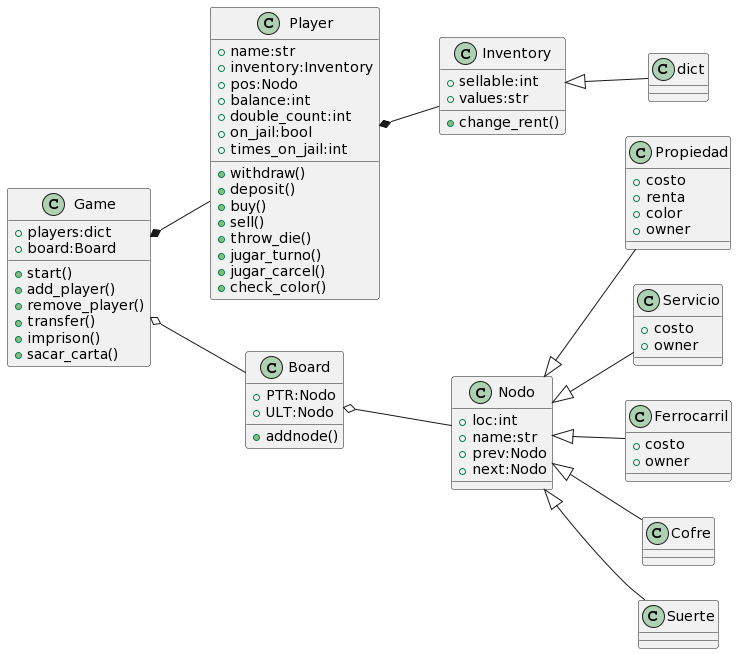
davidmosquera03/EDD_Lab03 keeps this PlantUML diagram as img/CLASS_UML.png. Above is the earlier version.
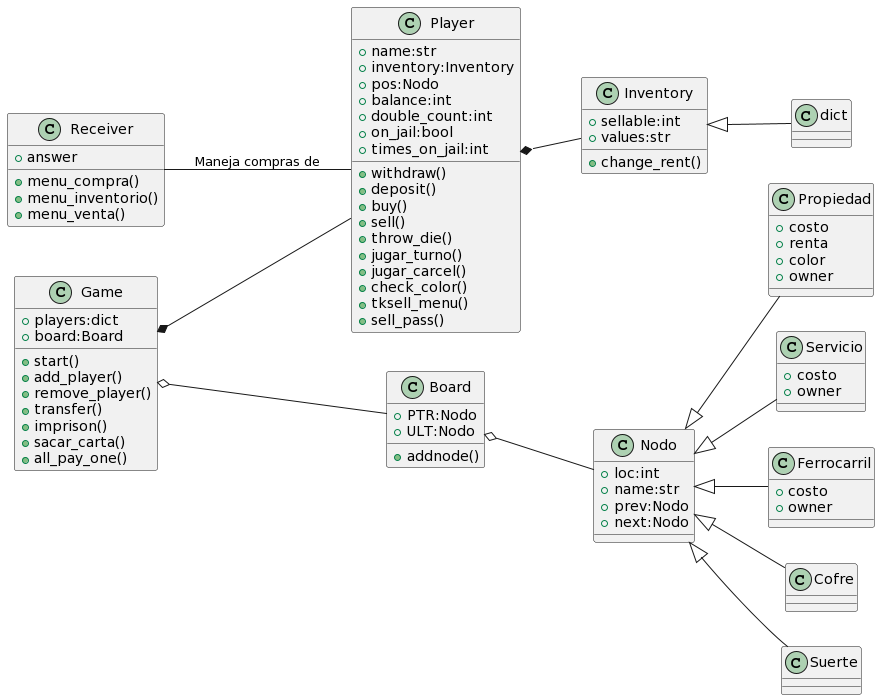
After the commit.

What changed in the source:
```diff
@@ -1,4 +1,11 @@
 @startuml
+class Receiver{
++answer
++menu_compra()
++menu_inventorio()
++menu_venta()
+}
+
 left to right direction
 class Inventory{
 +sellable:int
@@ -22,6 +29,8 @@
 +jugar_turno()
 +jugar_carcel()
 +check_color()
++tksell_menu()
++sell_pass()
 }
 class dict{
 }
@@ -34,6 +43,7 @@
 +transfer()
 +imprison()
 +sacar_carta()
++all_pay_one()
 }
 
 class Board{
@@ -72,4 +82,5 @@
 Nodo <|-- Servicio
 Nodo <|-- Cofre
 Nodo <|-- Suerte
+Receiver -- Player : Maneja compras de
 @enduml
```
